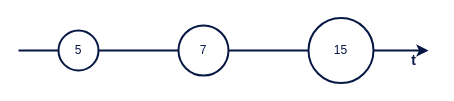
Before: page "Page-2" (5 of 6) of prometheus.drawio in oliv37/prometheus-article, a draw.io diagram. Source tidied: cells renumbered, new cells numbered last; positions are measured from the earlier drawing's top-left corner, leaving out a move shared by most shapes. Both pictures are drawn from the tidied source at 100%, with x=0, y=0 at pixel (18, 18).
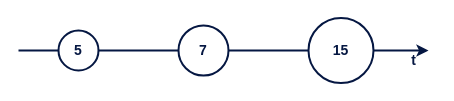
Above is the later version.

What changed in the source:
```diff
@@
 <mxGraphModel>
   <root>
     <mxCell id="0" />
     <mxCell id="1" parent="0" />
     <mxCell id="2" style="endArrow=classic;html=1;rounded=0;strokeColor=#051742;strokeWidth=2;fontSize=10;fontColor=#051742;startArrow=none;" parent="1" edge="1" source="6">
       <mxGeometry relative="1" as="geometry">
         <mxPoint x="410" y="32" as="targetPoint" />
       </mxGeometry>
     </mxCell>
     <mxCell id="3" value="&lt;font style=&quot;font-size: 14px;&quot;&gt;t&lt;/font&gt;" style="text;html=1;align=center;verticalAlign=middle;fillColor=none;strokeColor=none;rounded=0;strokeWidth=2;fontSize=10;fontColor=#051742;fontStyle=1;" parent="1" vertex="1">
       <mxGeometry x="380" y="27" width="30" height="30" as="geometry" />
     </mxCell>
-    <mxCell id="4" value="5" style="ellipse;whiteSpace=wrap;html=1;strokeColor=#051742;strokeWidth=2;fontSize=12;fontColor=#051742;" parent="1" vertex="1">
+    <mxCell id="4" value="&lt;font style=&quot;font-size: 14px;&quot;&gt;&lt;b&gt;5&lt;/b&gt;&lt;/font&gt;" style="ellipse;whiteSpace=wrap;html=1;strokeColor=#051742;strokeWidth=2;fontSize=12;fontColor=#051742;" parent="1" vertex="1">
       <mxGeometry x="40" y="12" width="40" height="40" as="geometry" />
     </mxCell>
     <mxCell id="5" style="endArrow=none;html=1;rounded=0;strokeColor=#051742;strokeWidth=2;fontSize=10;fontColor=#051742;" parent="1" edge="1" target="4">
       <mxGeometry relative="1" as="geometry">
         <mxPoint y="32" as="sourcePoint" />
       </mxGeometry>
     </mxCell>
-    <mxCell id="6" value="7" style="ellipse;whiteSpace=wrap;html=1;strokeColor=#051742;strokeWidth=2;fontSize=12;fontColor=#051742;" parent="1" vertex="1">
+    <mxCell id="6" value="&lt;font style=&quot;font-size: 14px;&quot;&gt;&lt;b&gt;7&lt;/b&gt;&lt;/font&gt;" style="ellipse;whiteSpace=wrap;html=1;strokeColor=#051742;strokeWidth=2;fontSize=12;fontColor=#051742;" parent="1" vertex="1">
       <mxGeometry x="160" y="7" width="50" height="50" as="geometry" />
     </mxCell>
     <mxCell id="7" style="endArrow=none;html=1;rounded=0;strokeColor=#051742;strokeWidth=2;fontSize=10;fontColor=#051742;startArrow=none;" parent="1" edge="1" source="4" target="6">
       <mxGeometry relative="1" as="geometry" />
     </mxCell>
-    <mxCell id="8" value="15" style="ellipse;whiteSpace=wrap;html=1;strokeColor=#051742;strokeWidth=2;fontSize=12;fontColor=#051742;" parent="1" vertex="1">
+    <mxCell id="8" value="&lt;b&gt;&lt;font style=&quot;font-size: 14px;&quot;&gt;15&lt;/font&gt;&lt;/b&gt;" style="ellipse;whiteSpace=wrap;html=1;strokeColor=#051742;strokeWidth=2;fontSize=12;fontColor=#051742;" parent="1" vertex="1">
       <mxGeometry x="290" y="-0.5" width="65" height="65" as="geometry" />
     </mxCell>
   </root>
 </mxGraphModel>
```
